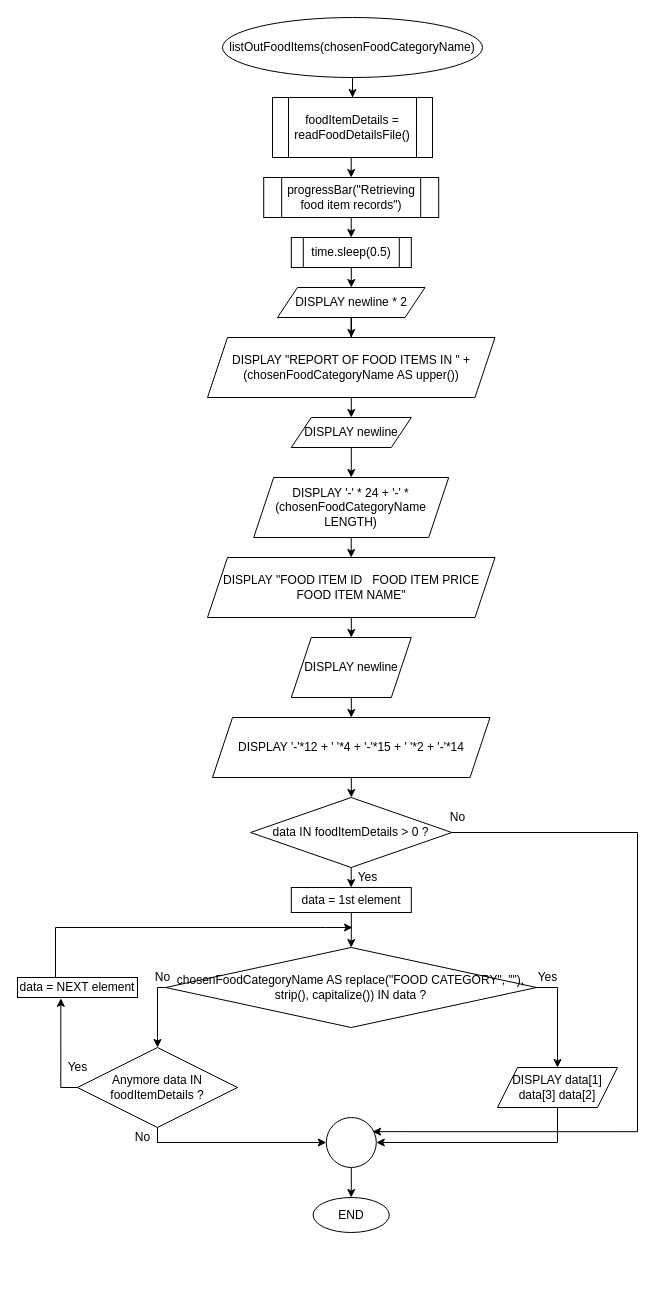
Before: page "listOutFoodItems" (25 of 41) of Documentation/All_Flowcharts.drawio in 0xYudhishthra/python-assignment, a draw.io diagram. Source tidied: cells renumbered, new cells numbered last; positions are measured from the earlier drawing's top-left corner, leaving out a move shared by most shapes. Both pictures are drawn from the tidied source at 100%, with x=0, y=0 at pixel (17, 17).
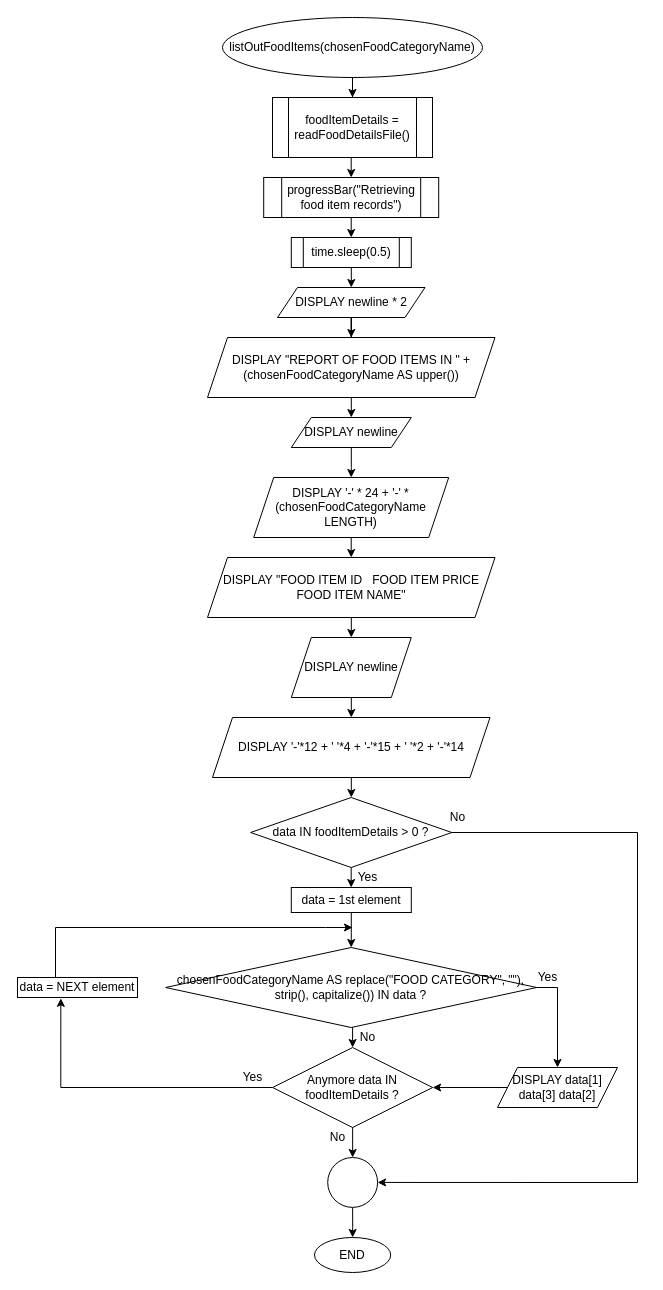
Above is the later version.

The change refers to these unchanged cells:
```xml
<mxCell id="26" value="data IN foodItemDetails &amp;gt; 0 ?" style="rhombus;whiteSpace=wrap;html=1;" parent="1" vertex="1">
  <mxGeometry x="233.1" y="780" width="201.2" height="70" as="geometry" />
</mxCell>
<mxCell id="31" value="chosenFoodCategoryName AS replace(&quot;FOOD CATEGORY&quot;, &quot;&quot;), strip(), capitalize()) IN data ?" style="rhombus;whiteSpace=wrap;html=1;" parent="1" vertex="1">
  <mxGeometry x="148.2" y="930" width="371" height="80" as="geometry" />
</mxCell>
<mxCell id="33" value="DISPLAY data[1] data[3] data[2]" style="shape=parallelogram;perimeter=parallelogramPerimeter;whiteSpace=wrap;html=1;fixedSize=1;" parent="1" vertex="1">
  <mxGeometry x="480" y="1050" width="120" height="40" as="geometry" />
</mxCell>
```

Diff of the diagram source:
```diff
@@
-    <mxCell id="25" style="edgeStyle=orthogonalEdgeStyle;rounded=0;jettySize=auto;html=1;entryX=0.925;entryY=0.283;entryDx=0;entryDy=0;entryPerimeter=0;" parent="1" edge="1" source="26" target="40">
+    <mxCell id="25" style="edgeStyle=orthogonalEdgeStyle;rounded=0;jettySize=auto;html=1;entryX=1;entryY=0.5;entryDx=0;entryDy=0;" parent="1" edge="1" source="26" target="40">
       <mxGeometry relative="1" as="geometry">
         <Array as="points">
           <mxPoint x="620" y="815" />
-          <mxPoint x="620" y="1114" />
+          <mxPoint x="620" y="1165" />
         </Array>
       </mxGeometry>
     </mxCell>
@@
-    <mxCell id="29" style="edgeStyle=orthogonalEdgeStyle;rounded=0;jettySize=auto;html=1;exitX=0;exitY=0.5;exitDx=0;exitDy=0;entryX=0.5;entryY=0;entryDx=0;entryDy=0;" parent="1" edge="1" source="31" target="36">
+    <mxCell id="29" style="edgeStyle=orthogonalEdgeStyle;rounded=0;jettySize=auto;html=1;exitX=0.5;exitY=1;exitDx=0;exitDy=0;entryX=0.5;entryY=0;entryDx=0;entryDy=0;" parent="1" edge="1" source="31" target="36">
       <mxGeometry relative="1" as="geometry">
         <Array as="points">
-          <mxPoint x="140" y="970" />
-          <mxPoint x="140" y="1020" />
+          <mxPoint x="334" y="970" />
+          <mxPoint x="335" y="970" />
         </Array>
       </mxGeometry>
     </mxCell>
@@
-    <mxCell id="32" style="edgeStyle=orthogonalEdgeStyle;rounded=0;jettySize=auto;html=1;entryX=1;entryY=0.5;entryDx=0;entryDy=0;" parent="1" edge="1" source="33" target="40">
-      <mxGeometry relative="1" as="geometry">
-        <Array as="points">
-          <mxPoint x="540" y="1125" />
-        </Array>
-      </mxGeometry>
+    <mxCell id="32" style="edgeStyle=orthogonalEdgeStyle;rounded=0;jettySize=auto;html=1;entryX=1;entryY=0.5;entryDx=0;entryDy=0;" parent="1" edge="1" source="33" target="36">
+      <mxGeometry relative="1" as="geometry" />
     </mxCell>
@@
-    <mxCell id="34" style="edgeStyle=orthogonalEdgeStyle;rounded=0;jettySize=auto;html=1;exitX=1;exitY=0.5;exitDx=0;exitDy=0;entryX=0;entryY=0.5;entryDx=0;entryDy=0;" parent="1" edge="1" source="36" target="40">
+    <mxCell id="34" style="edgeStyle=orthogonalEdgeStyle;rounded=0;jettySize=auto;html=1;exitX=1;exitY=0.5;exitDx=0;exitDy=0;entryX=0.5;entryY=0;entryDx=0;entryDy=0;" parent="1" edge="1" source="36" target="40">
       <mxGeometry relative="1" as="geometry">
         <Array as="points">
-          <mxPoint x="140" y="1070" />
-          <mxPoint x="140" y="1125" />
+          <mxPoint x="335" y="1070" />
         </Array>
       </mxGeometry>
     </mxCell>
@@
     <mxCell id="36" value="Anymore data IN foodItemDetails ?" style="rhombus;whiteSpace=wrap;html=1;" parent="1" vertex="1">
-      <mxGeometry x="60" y="1030" width="160" height="80" as="geometry" />
+      <mxGeometry x="255.1" y="1030" width="160" height="80" as="geometry" />
     </mxCell>
@@
     <mxCell id="40" style="ellipse;whiteSpace=wrap;html=1;" parent="1" vertex="1">
-      <mxGeometry x="308.8" y="1100" width="50" height="50" as="geometry" />
+      <mxGeometry x="310.2" y="1140" width="49.9" height="49.9" as="geometry" />
     </mxCell>
@@
     <mxCell id="44" value="No" style="text;html=1;align=center;verticalAlign=middle;strokeColor=none;" parent="1" vertex="1">
-      <mxGeometry x="130" y="950" width="30" height="20" as="geometry" />
+      <mxGeometry x="335" y="1010" width="30" height="20" as="geometry" />
     </mxCell>
     <mxCell id="45" value="No" style="text;html=1;align=center;verticalAlign=middle;strokeColor=none;" parent="1" vertex="1">
-      <mxGeometry x="110" y="1110" width="30" height="20" as="geometry" />
+      <mxGeometry x="305" y="1110" width="30" height="20" as="geometry" />
     </mxCell>
     <mxCell id="46" value="Yes" style="text;html=1;align=center;verticalAlign=middle;strokeColor=none;" parent="1" vertex="1">
-      <mxGeometry x="40" y="1040" width="40" height="20" as="geometry" />
+      <mxGeometry x="215" y="1050" width="40" height="20" as="geometry" />
     </mxCell>
     <mxCell id="47" value="END" style="ellipse;whiteSpace=wrap;html=1;" parent="1" vertex="1">
-      <mxGeometry x="295.6" y="1180" width="76.2" height="35" as="geometry" />
+      <mxGeometry x="297" y="1220" width="76.2" height="35" as="geometry" />
     </mxCell>
```
